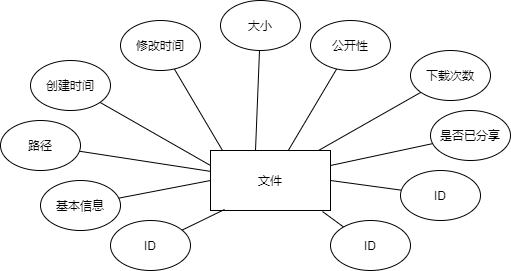
This is 文件实体E-R图.png from deepinsea/draw, a draw.io export, as it was before one commit. Source tidied: cells renumbered, new cells last; positions are measured from the earlier drawing's top-left corner, leaving out a move shared by most shapes.
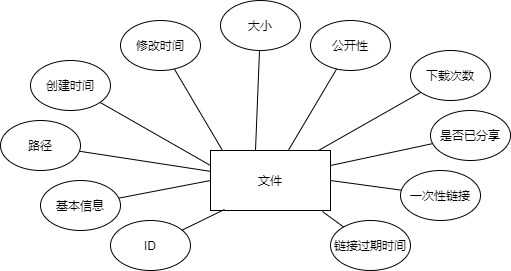
Later version of the same file.

Commit message:
更新文件实体E-R图.png

Diff of the diagram source:
```diff
@@ -62,13 +62,13 @@
     <mxCell id="21" style="edgeStyle=none;rounded=0;jettySize=auto;html=1;entryX=1;entryY=0.5;entryDx=0;entryDy=0;endArrow=none;endFill=0;" parent="1" edge="1" source="22" target="2">
       <mxGeometry relative="1" as="geometry" />
     </mxCell>
-    <mxCell id="22" value="ID" style="ellipse;whiteSpace=wrap;html=1;" parent="1" vertex="1">
+    <mxCell id="22" value="一次性链接" style="ellipse;whiteSpace=wrap;html=1;" parent="1" vertex="1">
       <mxGeometry x="400" y="170" width="80" height="50" as="geometry" />
     </mxCell>
     <mxCell id="23" style="edgeStyle=none;rounded=0;jettySize=auto;html=1;entryX=0.933;entryY=1.017;entryDx=0;entryDy=0;entryPerimeter=0;endArrow=none;endFill=0;" parent="1" edge="1" source="24" target="2">
       <mxGeometry relative="1" as="geometry" />
     </mxCell>
-    <mxCell id="24" value="ID" style="ellipse;whiteSpace=wrap;html=1;" parent="1" vertex="1">
+    <mxCell id="24" value="链接过期时间" style="ellipse;whiteSpace=wrap;html=1;" parent="1" vertex="1">
       <mxGeometry x="330" y="220" width="80" height="50" as="geometry" />
     </mxCell>
   </root>
```
